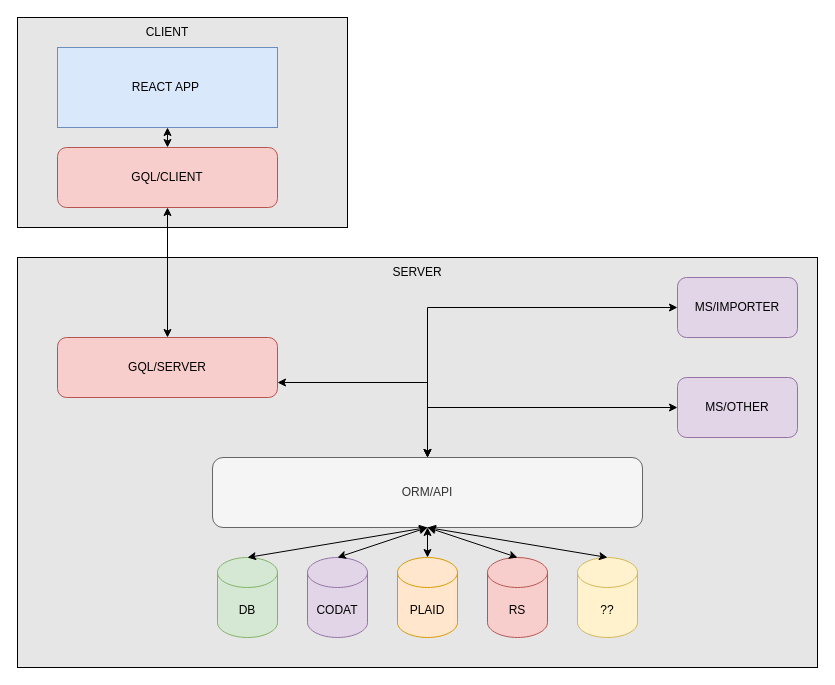
This is Untitled Diagram.drawio from nudelx/dotstuff, a draw.io file, before an edit. Source tidied: cells renumbered, new cells numbered last; positions are measured from the earlier drawing's top-left corner, leaving out a move shared by most shapes. Both pictures are drawn from the tidied source at 100%, with x=0, y=0 at pixel (17, 17).
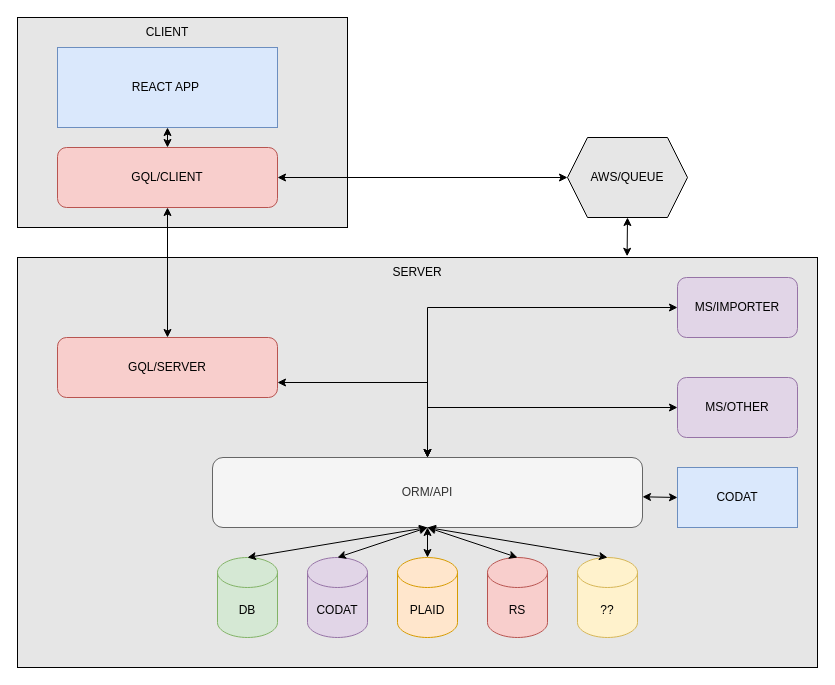
Above is the later version.

Unchanged cells that the change refers to:
```xml
<mxCell id="3" style="whiteSpace=wrap;html=1;fillColor=#E6E6E6;" parent="1" vertex="1">
  <mxGeometry y="240" width="800" height="410" as="geometry" />
</mxCell>
<mxCell id="5" value="GQL/CLIENT" style="rounded=1;whiteSpace=wrap;html=1;fillColor=#f8cecc;strokeColor=#b85450;" parent="1" vertex="1">
  <mxGeometry x="40" y="130" width="220" height="60" as="geometry" />
</mxCell>
<mxCell id="16" value="ORM/API" style="rounded=1;whiteSpace=wrap;html=1;fillColor=#f5f5f5;fontColor=#333333;strokeColor=#666666;" parent="1" vertex="1">
  <mxGeometry x="195" y="440" width="430" height="70" as="geometry" />
</mxCell>
```

Diff of the diagram source:
```diff
@@
+    <mxCell id="27" value="CODAT" style="rounded=0;whiteSpace=wrap;html=1;fillColor=#dae8fc;strokeColor=#6c8ebf;" parent="1" vertex="1">
+      <mxGeometry x="660" y="450" width="120" height="60" as="geometry" />
+    </mxCell>
+    <mxCell id="28" style="endArrow=classic;startArrow=classic;html=1;rounded=0;entryX=0;entryY=0.5;entryDx=0;entryDy=0;" parent="1" edge="1" source="16" target="27">
+      <mxGeometry relative="1" as="geometry" />
+    </mxCell>
+    <mxCell id="29" style="endArrow=classic;startArrow=classic;html=1;rounded=0;entryX=0;entryY=0.5;entryDx=0;entryDy=0;" parent="1" edge="1" source="5" target="31">
+      <mxGeometry relative="1" as="geometry" />
+    </mxCell>
+    <mxCell id="30" style="endArrow=classic;startArrow=classic;html=1;rounded=0;entryX=0.5;entryY=1;entryDx=0;entryDy=0;exitX=0.762;exitY=-0.003;exitDx=0;exitDy=0;exitPerimeter=0;" parent="1" edge="1" source="3" target="31">
+      <mxGeometry relative="1" as="geometry" />
+    </mxCell>
+    <mxCell id="31" value="AWS/QUEUE" style="shape=hexagon;perimeter=hexagonPerimeter2;whiteSpace=wrap;html=1;fixedSize=1;fillColor=#E6E6E6;" parent="1" vertex="1">
+      <mxGeometry x="550" y="120" width="120" height="80" as="geometry" />
+    </mxCell>
```
